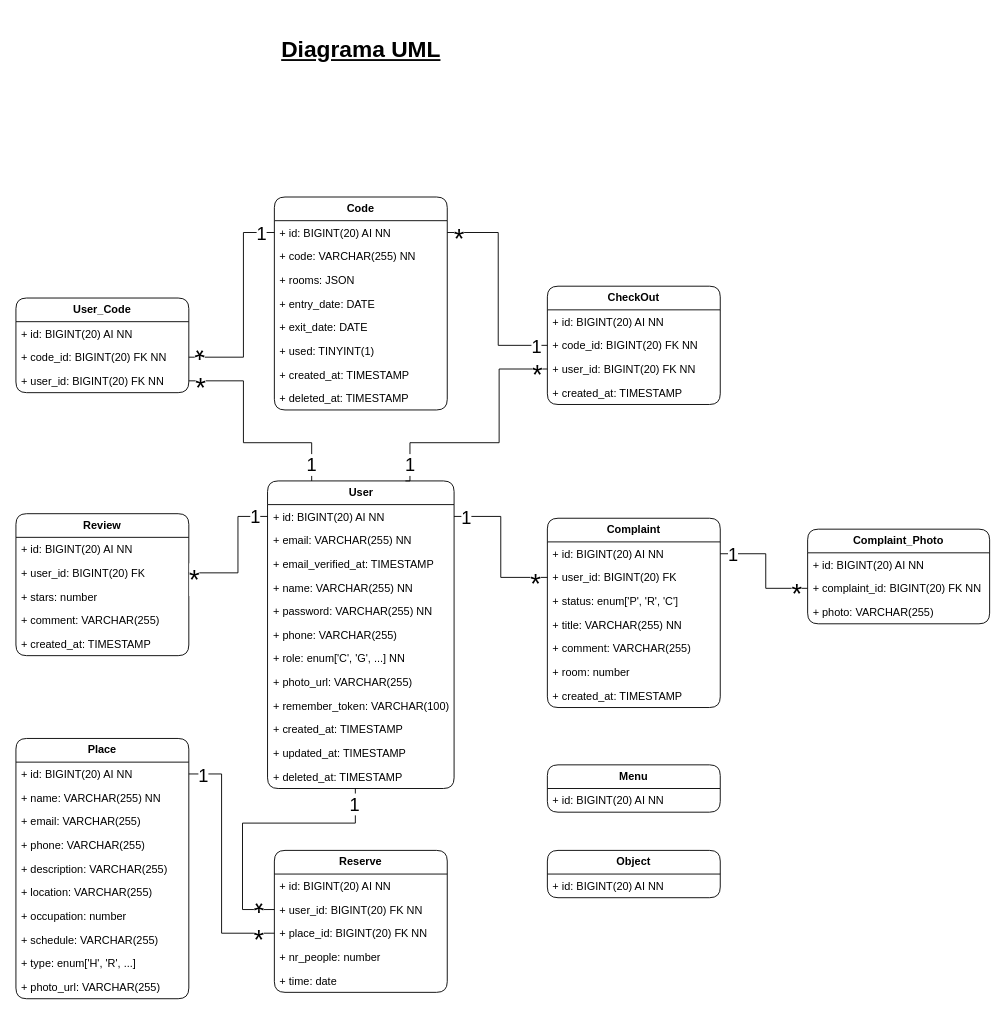
Above: page "Diagrama UML" (1 of 2) of HappyGuest.drawio in Happy-Guest/HG-Notes (draw.io), before the change. Source tidied: cells renumbered, new cells numbered last; positions are measured from the earlier drawing's top-left corner, leaving out a move shared by most shapes. Both pictures are drawn from the tidied source at 91%, with x=0, y=0 at pixel (15, 25).
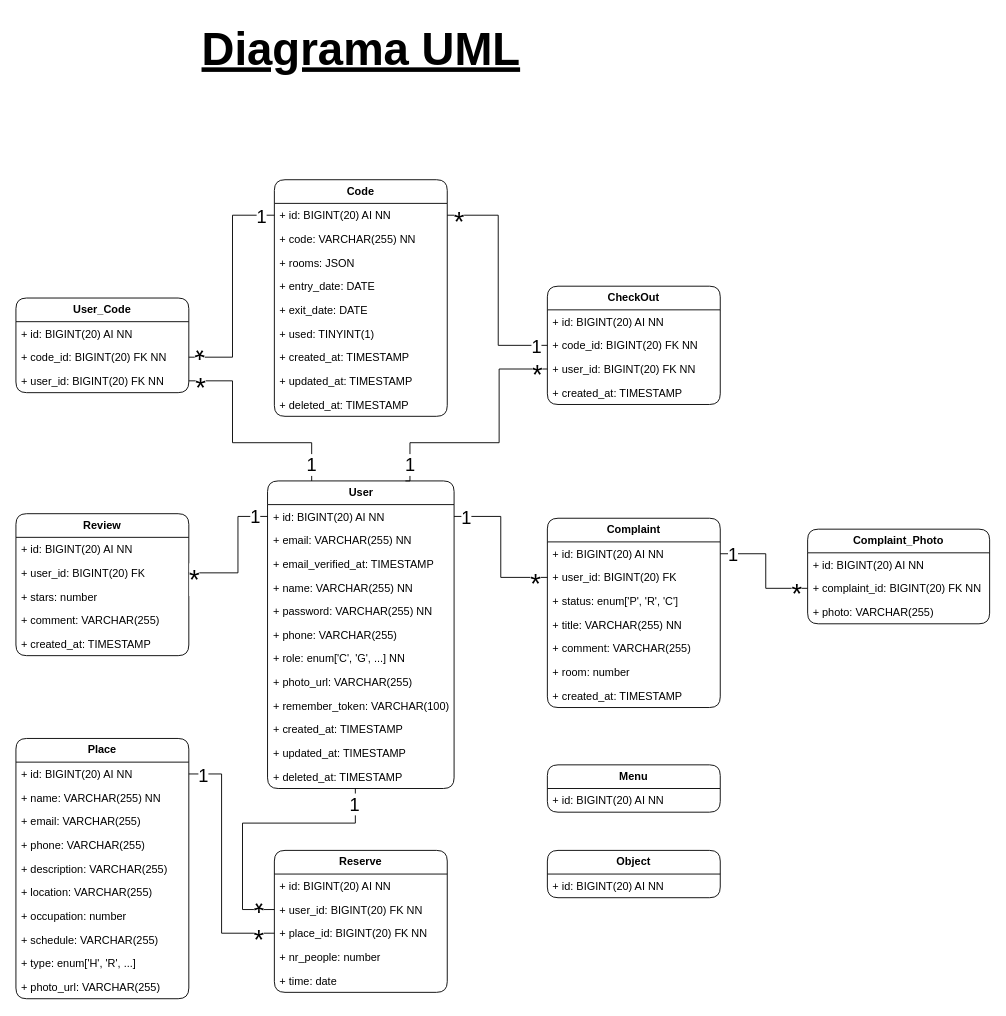
After the change.

Unchanged cells that the change refers to:
```xml
<mxCell id="2" value="&lt;b&gt;User&lt;/b&gt;" style="swimlane;fontStyle=0;horizontal=1;startSize=26;fillColor=none;whiteSpace=wrap;html=1;perimeterSpacing=0;rounded=1;" parent="1" vertex="1">
  <mxGeometry x="276.5" y="500" width="205" height="338" as="geometry" />
</mxCell>
<mxCell id="17" value="+ id: BIGINT(20) AI NN" style="text;strokeColor=none;fillColor=none;align=left;verticalAlign=top;spacingLeft=4;spacingRight=4;overflow=hidden;points=[[0,0.5],[1,0.5]];portConstraint=eastwest;whiteSpace=wrap;html=1;" parent="16" vertex="1">
  <mxGeometry y="26" width="190" height="26" as="geometry" />
</mxCell>
<mxCell id="80" value="+ code_id: BIGINT(20) FK NN" style="text;strokeColor=none;fillColor=none;align=left;verticalAlign=top;spacingLeft=4;spacingRight=4;overflow=hidden;points=[[0,0.5],[1,0.5]];portConstraint=eastwest;whiteSpace=wrap;html=1;" parent="78" vertex="1">
  <mxGeometry y="52" width="190" height="26" as="geometry" />
</mxCell>
<mxCell id="92" value="+ code_id: BIGINT(20) FK NN" style="text;strokeColor=none;fillColor=none;align=left;verticalAlign=top;spacingLeft=4;spacingRight=4;overflow=hidden;points=[[0,0.5],[1,0.5]];portConstraint=eastwest;whiteSpace=wrap;html=1;" parent="90" vertex="1">
  <mxGeometry y="52" width="190" height="26" as="geometry" />
</mxCell>
<mxCell id="93" value="+ user_id: BIGINT(20) FK NN" style="text;strokeColor=none;fillColor=none;align=left;verticalAlign=top;spacingLeft=4;spacingRight=4;overflow=hidden;points=[[0,0.5],[1,0.5]];portConstraint=eastwest;whiteSpace=wrap;html=1;" parent="90" vertex="1">
  <mxGeometry y="78" width="190" height="26" as="geometry" />
</mxCell>
```

What changed in the source:
```diff
@@
-    <mxCell id="15" value="Diagrama UML" style="text;html=1;align=center;verticalAlign=middle;strokeColor=none;fillColor=none;fontSize=25;fontStyle=5;" parent="1" vertex="1">
-      <mxGeometry x="279" width="200" height="50" as="geometry" />
+    <mxCell id="15" value="Diagrama UML" style="text;html=1;align=center;verticalAlign=middle;strokeColor=none;fillColor=none;fontSize=50;fontStyle=5;" parent="1" vertex="1">
+      <mxGeometry x="195" y="-11" width="368" height="72" as="geometry" />
     </mxCell>
     <mxCell id="16" value="&lt;b&gt;Code&lt;/b&gt;" style="swimlane;fontStyle=0;horizontal=1;startSize=26;fillColor=none;whiteSpace=wrap;html=1;perimeterSpacing=0;rounded=1;" parent="1" vertex="1">
-      <mxGeometry x="284" y="188" width="190" height="234" as="geometry" />
+      <mxGeometry x="284" y="169" width="190" height="260" as="geometry" />
     </mxCell>
@@
+    <mxCell id="100" value="+ updated_at: TIMESTAMP" style="text;strokeColor=none;fillColor=none;align=left;verticalAlign=top;spacingLeft=4;spacingRight=4;overflow=hidden;whiteSpace=wrap;html=1;" parent="16" vertex="1">
+      <mxGeometry y="208" width="190" height="26" as="geometry" />
+    </mxCell>
     <mxCell id="24" value="+ deleted_at: TIMESTAMP" style="text;strokeColor=none;fillColor=none;align=left;verticalAlign=top;spacingLeft=4;spacingRight=4;overflow=hidden;whiteSpace=wrap;html=1;" parent="16" vertex="1">
-      <mxGeometry y="208" width="190" height="26" as="geometry" />
+      <mxGeometry y="234" width="190" height="26" as="geometry" />
     </mxCell>
@@
     <mxCell id="85" style="edgeStyle=orthogonalEdgeStyle;rounded=0;jettySize=auto;html=1;entryX=0;entryY=0.5;entryDx=0;entryDy=0;endArrow=none;endFill=0;exitX=1;exitY=0.5;exitDx=0;exitDy=0;" parent="1" edge="1" source="17" target="80">
       <mxGeometry relative="1" as="geometry">
         <Array as="points">
-          <mxPoint x="530" y="227" />
+          <mxPoint x="530" y="208" />
           <mxPoint x="530" y="351" />
         </Array>
       </mxGeometry>
     </mxCell>
@@
     <mxCell id="87" value="&lt;font style=&quot;font-size: 30px;&quot;&gt;*&lt;/font&gt;" style="edgeLabel;html=1;align=center;verticalAlign=middle;" parent="1" vertex="1">
-      <mxGeometry x="486" y="233" as="geometry" />
+      <mxGeometry x="486" y="214" as="geometry" />
     </mxCell>
@@
     <mxCell id="94" style="edgeStyle=orthogonalEdgeStyle;rounded=0;jettySize=auto;html=1;entryX=0;entryY=0.5;entryDx=0;entryDy=0;endArrow=none;endFill=0;exitX=1;exitY=0.5;exitDx=0;exitDy=0;" parent="1" edge="1" source="92" target="17">
       <mxGeometry relative="1" as="geometry">
         <Array as="points">
-          <mxPoint x="250" y="364" />
-          <mxPoint x="250" y="227" />
+          <mxPoint x="238" y="364" />
+          <mxPoint x="238" y="208" />
         </Array>
       </mxGeometry>
     </mxCell>
     <mxCell id="95" style="edgeStyle=orthogonalEdgeStyle;rounded=0;jettySize=auto;html=1;endArrow=none;endFill=0;exitX=1;exitY=0.5;exitDx=0;exitDy=0;" parent="1" edge="1" source="93" target="2">
       <mxGeometry relative="1" as="geometry">
         <Array as="points">
-          <mxPoint x="250" y="390" />
-          <mxPoint x="250" y="458" />
+          <mxPoint x="238" y="390" />
+          <mxPoint x="238" y="458" />
           <mxPoint x="325" y="458" />
         </Array>
       </mxGeometry>
     </mxCell>
@@
     <mxCell id="98" value="&lt;font style=&quot;font-size: 20px;&quot;&gt;1&lt;/font&gt;" style="edgeLabel;html=1;align=center;verticalAlign=middle;" parent="1" vertex="1">
-      <mxGeometry x="269" y="227" as="geometry" />
+      <mxGeometry x="269" y="208" as="geometry" />
     </mxCell>
```
